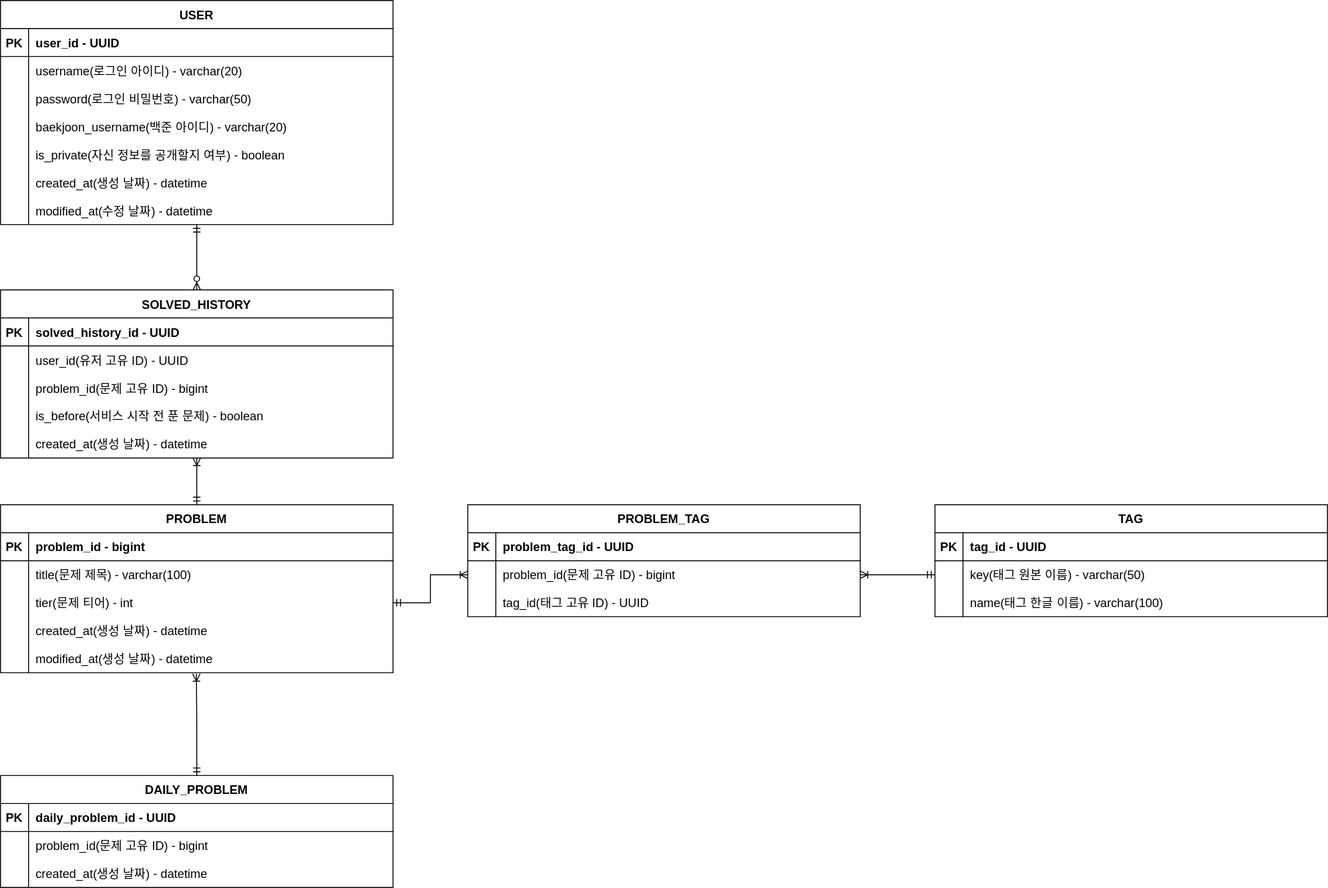
This is docs/erd.svg from pushrsp/BaekjoonStatus, a draw.io export, as it was before one commit. Source tidied: cells renumbered, new cells last; positions are measured from the earlier drawing's top-left corner, leaving out a move shared by most shapes.
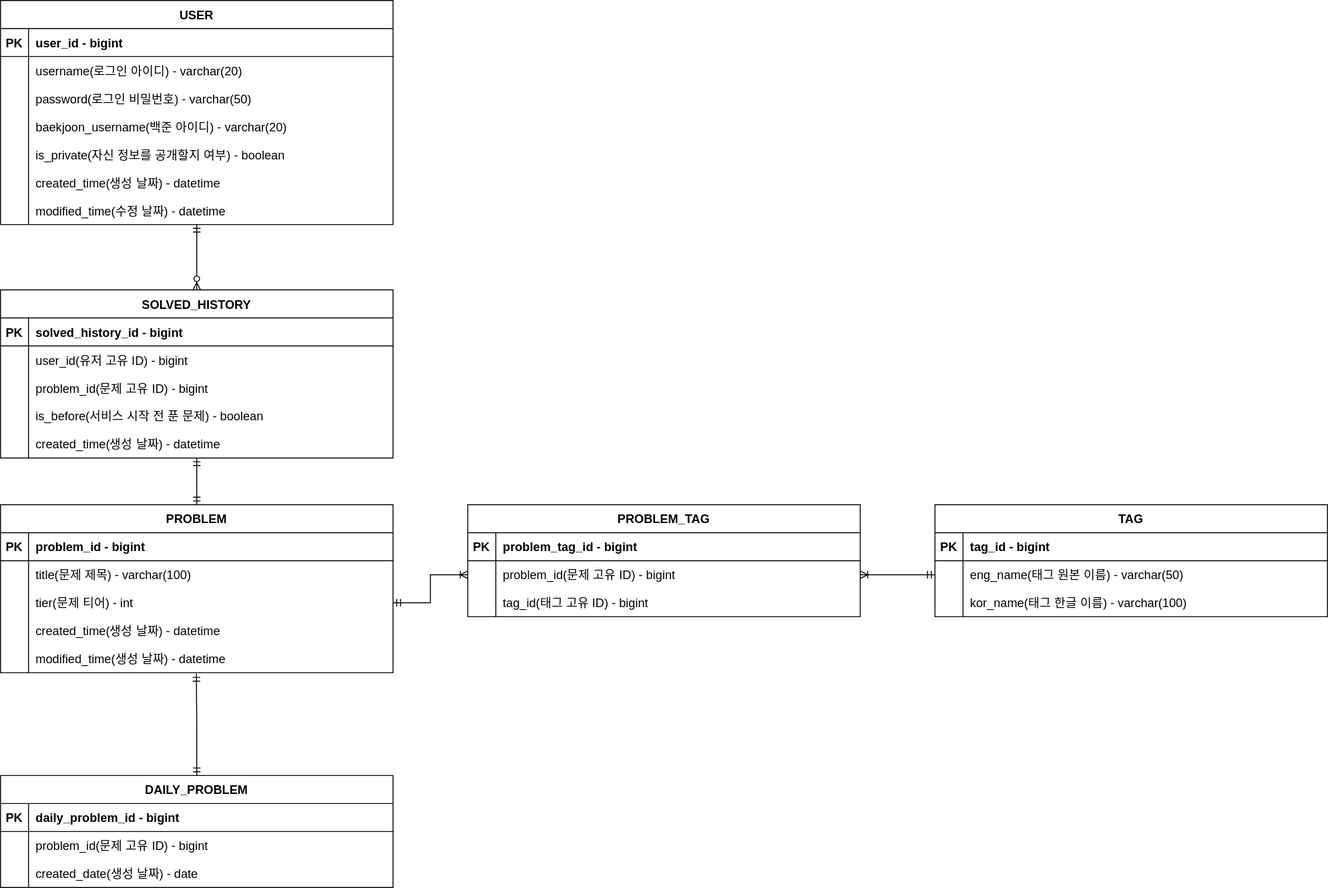
The same diagram one commit later.

The edit, as a diff of the source:
```diff
@@ -14,7 +14,7 @@
     <mxCell id="5" value="PK" style="shape=partialRectangle;fillColor=none;top=0;left=0;bottom=0;right=0;fontStyle=1;overflow=hidden;fontSize=13;" parent="4" vertex="1">
       <mxGeometry width="30" height="30" as="geometry" />
     </mxCell>
-    <mxCell id="6" value="user_id - UUID" style="shape=partialRectangle;fillColor=none;top=0;left=0;bottom=0;right=0;align=left;spacingLeft=6;fontStyle=1;overflow=hidden;fontSize=13;" parent="4" vertex="1">
+    <mxCell id="6" value="user_id - bigint" style="shape=partialRectangle;fillColor=none;top=0;left=0;bottom=0;right=0;align=left;spacingLeft=6;fontStyle=1;overflow=hidden;fontSize=13;" parent="4" vertex="1">
       <mxGeometry x="30" width="390" height="30" as="geometry" />
     </mxCell>
     <mxCell id="7" style="shape=tableRow;horizontal=0;startSize=0;swimlaneHead=0;swimlaneBody=0;fillColor=none;top=0;left=0;right=0;bottom=0;fontSize=13;" parent="3" vertex="1">
@@ -59,7 +59,7 @@
     <mxCell id="20" style="shape=partialRectangle;fillColor=none;top=0;left=0;bottom=0;right=0;overflow=hidden;fontSize=13;" parent="19" vertex="1">
       <mxGeometry width="30" height="30" as="geometry" />
     </mxCell>
-    <mxCell id="21" value="created_at(생성 날짜) - datetime" style="shape=partialRectangle;fillColor=none;top=0;left=0;bottom=0;right=0;align=left;spacingLeft=6;overflow=hidden;fontSize=13;strokeColor=default;" parent="19" vertex="1">
+    <mxCell id="21" value="created_time(생성 날짜) - datetime" style="shape=partialRectangle;fillColor=none;top=0;left=0;bottom=0;right=0;align=left;spacingLeft=6;overflow=hidden;fontSize=13;strokeColor=default;" parent="19" vertex="1">
       <mxGeometry x="30" width="390" height="30" as="geometry" />
     </mxCell>
     <mxCell id="22" style="shape=tableRow;horizontal=0;startSize=0;swimlaneHead=0;swimlaneBody=0;fillColor=none;top=0;left=0;right=0;bottom=0;fontSize=13;" parent="3" vertex="1">
@@ -68,7 +68,7 @@
     <mxCell id="23" style="shape=partialRectangle;fillColor=none;top=0;left=0;bottom=0;right=0;overflow=hidden;fontSize=13;" parent="22" vertex="1">
       <mxGeometry width="30" height="30" as="geometry" />
     </mxCell>
-    <mxCell id="24" value="modified_at(수정 날짜) - datetime" style="shape=partialRectangle;fillColor=none;top=0;left=0;bottom=0;right=0;align=left;spacingLeft=6;overflow=hidden;fontSize=13;strokeColor=default;" parent="22" vertex="1">
+    <mxCell id="24" value="modified_time(수정 날짜) - datetime" style="shape=partialRectangle;fillColor=none;top=0;left=0;bottom=0;right=0;align=left;spacingLeft=6;overflow=hidden;fontSize=13;strokeColor=default;" parent="22" vertex="1">
       <mxGeometry x="30" width="390" height="30" as="geometry" />
     </mxCell>
     <mxCell id="25" value="PROBLEM" style="shape=table;startSize=30;rowLines=0;fontStyle=1;align=center;fontSize=13;" parent="1" vertex="1">
@@ -107,7 +107,7 @@
     <mxCell id="36" style="shape=partialRectangle;fillColor=none;top=0;left=0;bottom=0;right=0;overflow=hidden;fontSize=13;" parent="35" vertex="1">
       <mxGeometry width="30" height="30" as="geometry" />
     </mxCell>
-    <mxCell id="37" value="created_at(생성 날짜) - datetime" style="shape=partialRectangle;fillColor=none;top=0;left=0;bottom=0;right=0;align=left;spacingLeft=6;overflow=hidden;fontSize=13;" parent="35" vertex="1">
+    <mxCell id="37" value="created_time(생성 날짜) - datetime" style="shape=partialRectangle;fillColor=none;top=0;left=0;bottom=0;right=0;align=left;spacingLeft=6;overflow=hidden;fontSize=13;" parent="35" vertex="1">
       <mxGeometry x="30" width="390" height="30" as="geometry" />
     </mxCell>
     <mxCell id="38" style="shape=tableRow;horizontal=0;startSize=0;swimlaneHead=0;swimlaneBody=0;fillColor=none;points=[[0,0.5],[1,0.5]];portConstraint=eastwest;top=0;left=0;right=0;bottom=0;fontSize=13;" parent="25" vertex="1">
@@ -116,7 +116,7 @@
     <mxCell id="39" style="shape=partialRectangle;fillColor=none;top=0;left=0;bottom=0;right=0;overflow=hidden;fontSize=13;" parent="38" vertex="1">
       <mxGeometry width="30" height="30" as="geometry" />
     </mxCell>
-    <mxCell id="40" value="modified_at(생성 날짜) - datetime" style="shape=partialRectangle;fillColor=none;top=0;left=0;bottom=0;right=0;align=left;spacingLeft=6;overflow=hidden;fontSize=13;" parent="38" vertex="1">
+    <mxCell id="40" value="modified_time(생성 날짜) - datetime" style="shape=partialRectangle;fillColor=none;top=0;left=0;bottom=0;right=0;align=left;spacingLeft=6;overflow=hidden;fontSize=13;" parent="38" vertex="1">
       <mxGeometry x="30" width="390" height="30" as="geometry" />
     </mxCell>
     <mxCell id="41" value="TAG" style="shape=table;startSize=30;rowLines=0;fontStyle=1;align=center;fontSize=13;" parent="1" vertex="1">
@@ -128,7 +128,7 @@
     <mxCell id="43" value="PK" style="shape=partialRectangle;fillColor=none;top=0;left=0;bottom=0;right=0;fontStyle=1;overflow=hidden;fontSize=13;" parent="42" vertex="1">
       <mxGeometry width="30" height="30" as="geometry" />
     </mxCell>
-    <mxCell id="44" value="tag_id - UUID" style="shape=partialRectangle;fillColor=none;top=0;left=0;bottom=0;right=0;align=left;spacingLeft=6;fontStyle=1;overflow=hidden;fontSize=13;" parent="42" vertex="1">
+    <mxCell id="44" value="tag_id - bigint" style="shape=partialRectangle;fillColor=none;top=0;left=0;bottom=0;right=0;align=left;spacingLeft=6;fontStyle=1;overflow=hidden;fontSize=13;" parent="42" vertex="1">
       <mxGeometry x="30" width="390" height="30" as="geometry" />
     </mxCell>
     <mxCell id="45" style="shape=tableRow;horizontal=0;startSize=0;swimlaneHead=0;swimlaneBody=0;fillColor=none;points=[[0,0.5],[1,0.5]];portConstraint=eastwest;top=0;left=0;right=0;bottom=0;fontSize=13;" parent="41" vertex="1">
@@ -137,7 +137,7 @@
     <mxCell id="46" style="shape=partialRectangle;fillColor=none;top=0;left=0;bottom=0;right=0;overflow=hidden;fontSize=13;" parent="45" vertex="1">
       <mxGeometry width="30" height="30" as="geometry" />
     </mxCell>
-    <mxCell id="47" value="key(태그 원본 이름) - varchar(50)" style="shape=partialRectangle;fillColor=none;top=0;left=0;bottom=0;right=0;align=left;spacingLeft=6;overflow=hidden;fontSize=13;strokeColor=default;" parent="45" vertex="1">
+    <mxCell id="47" value="eng_name(태그 원본 이름) - varchar(50)" style="shape=partialRectangle;fillColor=none;top=0;left=0;bottom=0;right=0;align=left;spacingLeft=6;overflow=hidden;fontSize=13;strokeColor=default;" parent="45" vertex="1">
       <mxGeometry x="30" width="390" height="30" as="geometry" />
     </mxCell>
     <mxCell id="48" style="shape=tableRow;horizontal=0;startSize=0;swimlaneHead=0;swimlaneBody=0;fillColor=none;top=0;left=0;right=0;bottom=0;fontSize=13;" parent="41" vertex="1">
@@ -146,7 +146,7 @@
     <mxCell id="49" style="shape=partialRectangle;fillColor=none;top=0;left=0;bottom=0;right=0;overflow=hidden;fontSize=13;" parent="48" vertex="1">
       <mxGeometry width="30" height="30" as="geometry" />
     </mxCell>
-    <mxCell id="50" value="name(태그 한글 이름) - varchar(100)" style="shape=partialRectangle;fillColor=none;top=0;left=0;bottom=0;right=0;align=left;spacingLeft=6;overflow=hidden;fontSize=13;" parent="48" vertex="1">
+    <mxCell id="50" value="kor_name(태그 한글 이름) - varchar(100)" style="shape=partialRectangle;fillColor=none;top=0;left=0;bottom=0;right=0;align=left;spacingLeft=6;overflow=hidden;fontSize=13;" parent="48" vertex="1">
       <mxGeometry x="30" width="390" height="30" as="geometry" />
     </mxCell>
     <mxCell id="51" value="PROBLEM_TAG" style="shape=table;startSize=30;rowLines=0;fontStyle=1;align=center;fontSize=13;" parent="1" vertex="1">
@@ -158,7 +158,7 @@
     <mxCell id="53" value="PK" style="shape=partialRectangle;fillColor=none;top=0;left=0;bottom=0;right=0;fontStyle=1;overflow=hidden;fontSize=13;" parent="52" vertex="1">
       <mxGeometry width="30" height="30" as="geometry" />
     </mxCell>
-    <mxCell id="54" value="problem_tag_id - UUID" style="shape=partialRectangle;fillColor=none;top=0;left=0;bottom=0;right=0;align=left;spacingLeft=6;fontStyle=1;overflow=hidden;fontSize=13;" parent="52" vertex="1">
+    <mxCell id="54" value="problem_tag_id - bigint" style="shape=partialRectangle;fillColor=none;top=0;left=0;bottom=0;right=0;align=left;spacingLeft=6;fontStyle=1;overflow=hidden;fontSize=13;" parent="52" vertex="1">
       <mxGeometry x="30" width="390" height="30" as="geometry" />
     </mxCell>
     <mxCell id="55" style="shape=tableRow;horizontal=0;startSize=0;swimlaneHead=0;swimlaneBody=0;fillColor=none;points=[[0,0.5],[1,0.5]];portConstraint=eastwest;top=0;left=0;right=0;bottom=0;fontSize=13;" parent="51" vertex="1">
@@ -176,10 +176,10 @@
     <mxCell id="59" style="shape=partialRectangle;fillColor=none;top=0;left=0;bottom=0;right=0;overflow=hidden;fontSize=13;" parent="58" vertex="1">
       <mxGeometry width="30" height="30" as="geometry" />
     </mxCell>
-    <mxCell id="60" value="tag_id(태그 고유 ID) - UUID" style="shape=partialRectangle;fillColor=none;top=0;left=0;bottom=0;right=0;align=left;spacingLeft=6;overflow=hidden;fontSize=13;" parent="58" vertex="1">
+    <mxCell id="60" value="tag_id(태그 고유 ID) - bigint" style="shape=partialRectangle;fillColor=none;top=0;left=0;bottom=0;right=0;align=left;spacingLeft=6;overflow=hidden;fontSize=13;" parent="58" vertex="1">
       <mxGeometry x="30" width="390" height="30" as="geometry" />
     </mxCell>
-    <mxCell id="61" style="edgeStyle=orthogonalEdgeStyle;rounded=0;jettySize=auto;html=1;entryX=0.499;entryY=1.033;entryDx=0;entryDy=0;entryPerimeter=0;fontSize=13;startArrow=ERmandOne;startFill=0;endArrow=ERoneToMany;endFill=0;" parent="1" edge="1" source="62" target="38">
+    <mxCell id="61" style="edgeStyle=orthogonalEdgeStyle;rounded=0;jettySize=auto;html=1;entryX=0.499;entryY=1.033;entryDx=0;entryDy=0;entryPerimeter=0;fontSize=13;startArrow=ERmandOne;startFill=0;endArrow=ERmandOne;endFill=0;" parent="1" edge="1" source="62" target="38">
       <mxGeometry relative="1" as="geometry" />
     </mxCell>
     <mxCell id="62" value="DAILY_PROBLEM" style="shape=table;startSize=30;rowLines=0;fontStyle=1;align=center;fontSize=13;" parent="1" vertex="1">
@@ -191,7 +191,7 @@
     <mxCell id="64" value="PK" style="shape=partialRectangle;fillColor=none;top=0;left=0;bottom=0;right=0;fontStyle=1;overflow=hidden;fontSize=13;" parent="63" vertex="1">
       <mxGeometry width="30" height="30" as="geometry" />
     </mxCell>
-    <mxCell id="65" value="daily_problem_id - UUID" style="shape=partialRectangle;fillColor=none;top=0;left=0;bottom=0;right=0;align=left;spacingLeft=6;fontStyle=1;overflow=hidden;fontSize=13;" parent="63" vertex="1">
+    <mxCell id="65" value="daily_problem_id - bigint" style="shape=partialRectangle;fillColor=none;top=0;left=0;bottom=0;right=0;align=left;spacingLeft=6;fontStyle=1;overflow=hidden;fontSize=13;" parent="63" vertex="1">
       <mxGeometry x="30" width="390" height="30" as="geometry" />
     </mxCell>
     <mxCell id="66" style="shape=tableRow;horizontal=0;startSize=0;swimlaneHead=0;swimlaneBody=0;fillColor=none;top=0;left=0;right=0;bottom=0;fontSize=13;" parent="62" vertex="1">
@@ -209,10 +209,10 @@
     <mxCell id="70" style="shape=partialRectangle;fillColor=none;top=0;left=0;bottom=0;right=0;overflow=hidden;fontSize=13;" parent="69" vertex="1">
       <mxGeometry width="30" height="30" as="geometry" />
     </mxCell>
-    <mxCell id="71" value="created_at(생성 날짜) - datetime" style="shape=partialRectangle;fillColor=none;top=0;left=0;bottom=0;right=0;align=left;spacingLeft=6;overflow=hidden;fontSize=13;" parent="69" vertex="1">
+    <mxCell id="71" value="created_date(생성 날짜) - date" style="shape=partialRectangle;fillColor=none;top=0;left=0;bottom=0;right=0;align=left;spacingLeft=6;overflow=hidden;fontSize=13;" parent="69" vertex="1">
       <mxGeometry x="30" width="390" height="30" as="geometry" />
     </mxCell>
-    <mxCell id="72" style="edgeStyle=orthogonalEdgeStyle;rounded=0;jettySize=auto;html=1;entryX=0.5;entryY=0;entryDx=0;entryDy=0;fontSize=13;startArrow=ERoneToMany;startFill=0;endArrow=ERmandOne;endFill=0;" parent="1" edge="1" source="73" target="25">
+    <mxCell id="72" style="edgeStyle=orthogonalEdgeStyle;rounded=0;jettySize=auto;html=1;entryX=0.5;entryY=0;entryDx=0;entryDy=0;fontSize=13;startArrow=ERmandOne;startFill=0;endArrow=ERmandOne;endFill=0;" parent="1" edge="1" source="73" target="25">
       <mxGeometry relative="1" as="geometry" />
     </mxCell>
     <mxCell id="73" value="SOLVED_HISTORY" style="shape=table;startSize=30;rowLines=0;fontStyle=1;align=center;fontSize=13;" parent="1" vertex="1">
@@ -224,7 +224,7 @@
     <mxCell id="75" value="PK" style="shape=partialRectangle;fillColor=none;top=0;left=0;bottom=0;right=0;fontStyle=1;overflow=hidden;fontSize=13;" parent="74" vertex="1">
       <mxGeometry width="30" height="30" as="geometry" />
     </mxCell>
-    <mxCell id="76" value="solved_history_id - UUID" style="shape=partialRectangle;fillColor=none;top=0;left=0;bottom=0;right=0;align=left;spacingLeft=6;fontStyle=1;overflow=hidden;fontSize=13;" parent="74" vertex="1">
+    <mxCell id="76" value="solved_history_id - bigint" style="shape=partialRectangle;fillColor=none;top=0;left=0;bottom=0;right=0;align=left;spacingLeft=6;fontStyle=1;overflow=hidden;fontSize=13;" parent="74" vertex="1">
       <mxGeometry x="30" width="390" height="30" as="geometry" />
     </mxCell>
     <mxCell id="77" style="shape=tableRow;horizontal=0;startSize=0;swimlaneHead=0;swimlaneBody=0;fillColor=none;top=0;left=0;right=0;bottom=0;fontSize=13;" parent="73" vertex="1">
@@ -233,7 +233,7 @@
     <mxCell id="78" style="shape=partialRectangle;fillColor=none;top=0;left=0;bottom=0;right=0;overflow=hidden;fontSize=13;" parent="77" vertex="1">
       <mxGeometry width="30" height="30" as="geometry" />
     </mxCell>
-    <mxCell id="79" value="user_id(유저 고유 ID) - UUID" style="shape=partialRectangle;fillColor=none;top=0;left=0;bottom=0;right=0;align=left;spacingLeft=6;overflow=hidden;fontSize=13;strokeColor=default;" parent="77" vertex="1">
+    <mxCell id="79" value="user_id(유저 고유 ID) - bigint" style="shape=partialRectangle;fillColor=none;top=0;left=0;bottom=0;right=0;align=left;spacingLeft=6;overflow=hidden;fontSize=13;strokeColor=default;" parent="77" vertex="1">
       <mxGeometry x="30" width="390" height="30" as="geometry" />
     </mxCell>
     <mxCell id="80" style="shape=tableRow;horizontal=0;startSize=0;swimlaneHead=0;swimlaneBody=0;fillColor=none;top=0;left=0;right=0;bottom=0;fontSize=13;" parent="73" vertex="1">
@@ -260,7 +260,7 @@
     <mxCell id="87" style="shape=partialRectangle;fillColor=none;top=0;left=0;bottom=0;right=0;overflow=hidden;fontSize=13;" parent="86" vertex="1">
       <mxGeometry width="30" height="30" as="geometry" />
     </mxCell>
-    <mxCell id="88" value="created_at(생성 날짜) - datetime" style="shape=partialRectangle;fillColor=none;top=0;left=0;bottom=0;right=0;align=left;spacingLeft=6;overflow=hidden;fontSize=13;" parent="86" vertex="1">
+    <mxCell id="88" value="created_time(생성 날짜) - datetime" style="shape=partialRectangle;fillColor=none;top=0;left=0;bottom=0;right=0;align=left;spacingLeft=6;overflow=hidden;fontSize=13;" parent="86" vertex="1">
       <mxGeometry x="30" width="390" height="30" as="geometry" />
     </mxCell>
     <mxCell id="89" style="edgeStyle=orthogonalEdgeStyle;rounded=0;jettySize=auto;html=1;fontSize=13;startArrow=ERmandOne;startFill=0;endArrow=ERoneToMany;endFill=0;" parent="1" edge="1" source="32" target="55">
```
